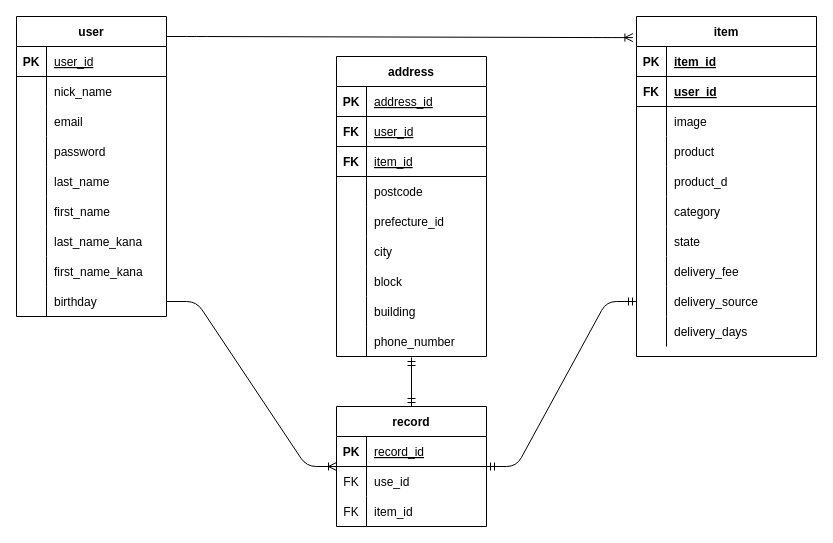
Above: furima.dio in e-yamamoto0032/furima-32870 (draw.io), before the change. Source tidied: cells renumbered, new cells numbered last; positions are measured from the earlier drawing's top-left corner, leaving out a move shared by most shapes. Both pictures are drawn from the tidied source at 100%, with x=0, y=0 at pixel (16, 16).
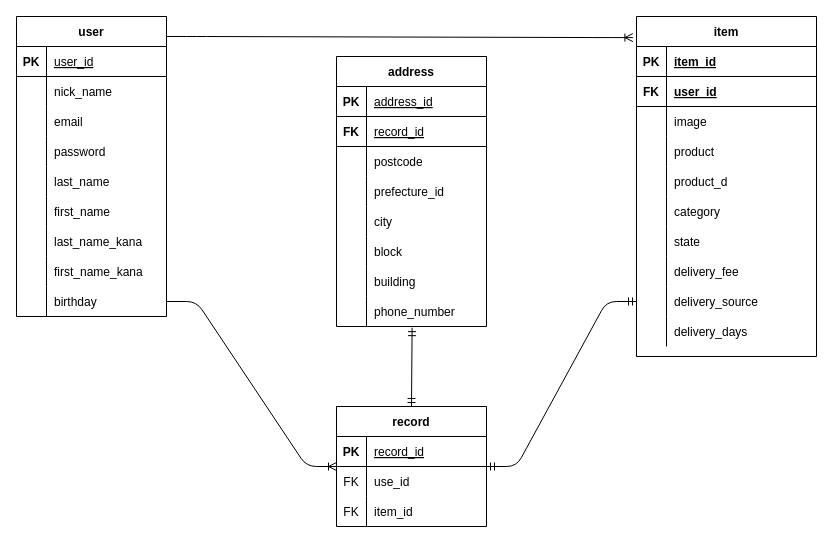
The same page after the edit.

Unchanged cells that the change refers to:
```xml
<mxCell id="65" style="shape=partialRectangle;fillColor=none;top=0;left=0;bottom=1;right=0;" parent="61" vertex="1">
  <mxGeometry y="60" width="150" height="30" as="geometry" />
</mxCell>
<mxCell id="89" value="record" style="shape=table;startSize=30;childLayout=tableLayout;rowLines=0;fontStyle=1;align=center;" parent="1" vertex="1">
  <mxGeometry x="320" y="390" width="150" height="120" as="geometry" />
</mxCell>
```

The edit, as a diff of the source:
```diff
@@
     <mxCell id="61" value="address" style="shape=table;startSize=30;childLayout=tableLayout;rowLines=0;fontStyle=1;align=center;" parent="1" vertex="1">
-      <mxGeometry x="320" y="40" width="150" height="300" as="geometry" />
+      <mxGeometry x="320" y="40" width="150" height="270" as="geometry" />
     </mxCell>
@@
-    <mxCell id="67" value="user_id" style="shape=partialRectangle;fillColor=none;top=0;left=0;bottom=0;right=0;align=left;spacingLeft=6;fontStyle=4;overflow=hidden;" parent="65" vertex="1">
+    <mxCell id="67" value="record_id" style="shape=partialRectangle;fillColor=none;top=0;left=0;bottom=0;right=0;align=left;spacingLeft=6;fontStyle=4;overflow=hidden;" parent="65" vertex="1">
       <mxGeometry x="30" width="120" height="30" as="geometry" />
     </mxCell>
-    <mxCell id="68" style="shape=partialRectangle;fillColor=none;top=0;left=0;bottom=1;right=0;" parent="61" vertex="1">
-      <mxGeometry y="90" width="150" height="30" as="geometry" />
-    </mxCell>
-    <mxCell id="69" value="FK" style="shape=partialRectangle;fillColor=none;top=0;left=0;bottom=0;right=0;fontStyle=1;overflow=hidden;" parent="68" vertex="1">
-      <mxGeometry width="30" height="30" as="geometry" />
-    </mxCell>
-    <mxCell id="70" value="item_id" style="shape=partialRectangle;fillColor=none;top=0;left=0;bottom=0;right=0;align=left;spacingLeft=6;fontStyle=4;overflow=hidden;" parent="68" vertex="1">
-      <mxGeometry x="30" width="120" height="30" as="geometry" />
-    </mxCell>
     <mxCell id="71" style="shape=partialRectangle;fillColor=none;top=0;left=0;bottom=0;right=0;" parent="61" vertex="1">
-      <mxGeometry y="120" width="150" height="30" as="geometry" />
+      <mxGeometry y="90" width="150" height="30" as="geometry" />
     </mxCell>
@@
     <mxCell id="74" style="shape=partialRectangle;fillColor=none;top=0;left=0;bottom=0;right=0;" parent="61" vertex="1">
-      <mxGeometry y="150" width="150" height="30" as="geometry" />
+      <mxGeometry y="120" width="150" height="30" as="geometry" />
     </mxCell>
@@
     <mxCell id="77" style="shape=partialRectangle;fillColor=none;top=0;left=0;bottom=0;right=0;" parent="61" vertex="1">
-      <mxGeometry y="180" width="150" height="30" as="geometry" />
+      <mxGeometry y="150" width="150" height="30" as="geometry" />
     </mxCell>
@@
     <mxCell id="80" style="shape=partialRectangle;fillColor=none;top=0;left=0;bottom=0;right=0;" parent="61" vertex="1">
-      <mxGeometry y="210" width="150" height="30" as="geometry" />
+      <mxGeometry y="180" width="150" height="30" as="geometry" />
     </mxCell>
@@
     <mxCell id="83" style="shape=partialRectangle;fillColor=none;top=0;left=0;bottom=0;right=0;" parent="61" vertex="1">
-      <mxGeometry y="240" width="150" height="30" as="geometry" />
+      <mxGeometry y="210" width="150" height="30" as="geometry" />
     </mxCell>
@@
     <mxCell id="86" style="shape=partialRectangle;fillColor=none;top=0;left=0;bottom=0;right=0;points=[[0,0.5],[1,0.5]];portConstraint=eastwest;" parent="61" vertex="1">
-      <mxGeometry y="270" width="150" height="30" as="geometry" />
+      <mxGeometry y="240" width="150" height="30" as="geometry" />
     </mxCell>
@@
-    <mxCell id="101" style="fontSize=12;html=1;endArrow=ERmandOne;startArrow=ERmandOne;entryX=0.5;entryY=0;entryDx=0;entryDy=0;" parent="1" edge="1" target="89">
-      <mxGeometry relative="1" as="geometry">
-        <mxPoint x="395" y="341" as="sourcePoint" />
-      </mxGeometry>
+    <mxCell id="101" style="fontSize=12;html=1;endArrow=ERmandOne;startArrow=ERmandOne;entryX=0.5;entryY=0;entryDx=0;entryDy=0;exitX=0.504;exitY=1.039;exitDx=0;exitDy=0;exitPerimeter=0;" parent="1" edge="1" source="86" target="89">
+      <mxGeometry relative="1" as="geometry" />
     </mxCell>
```
